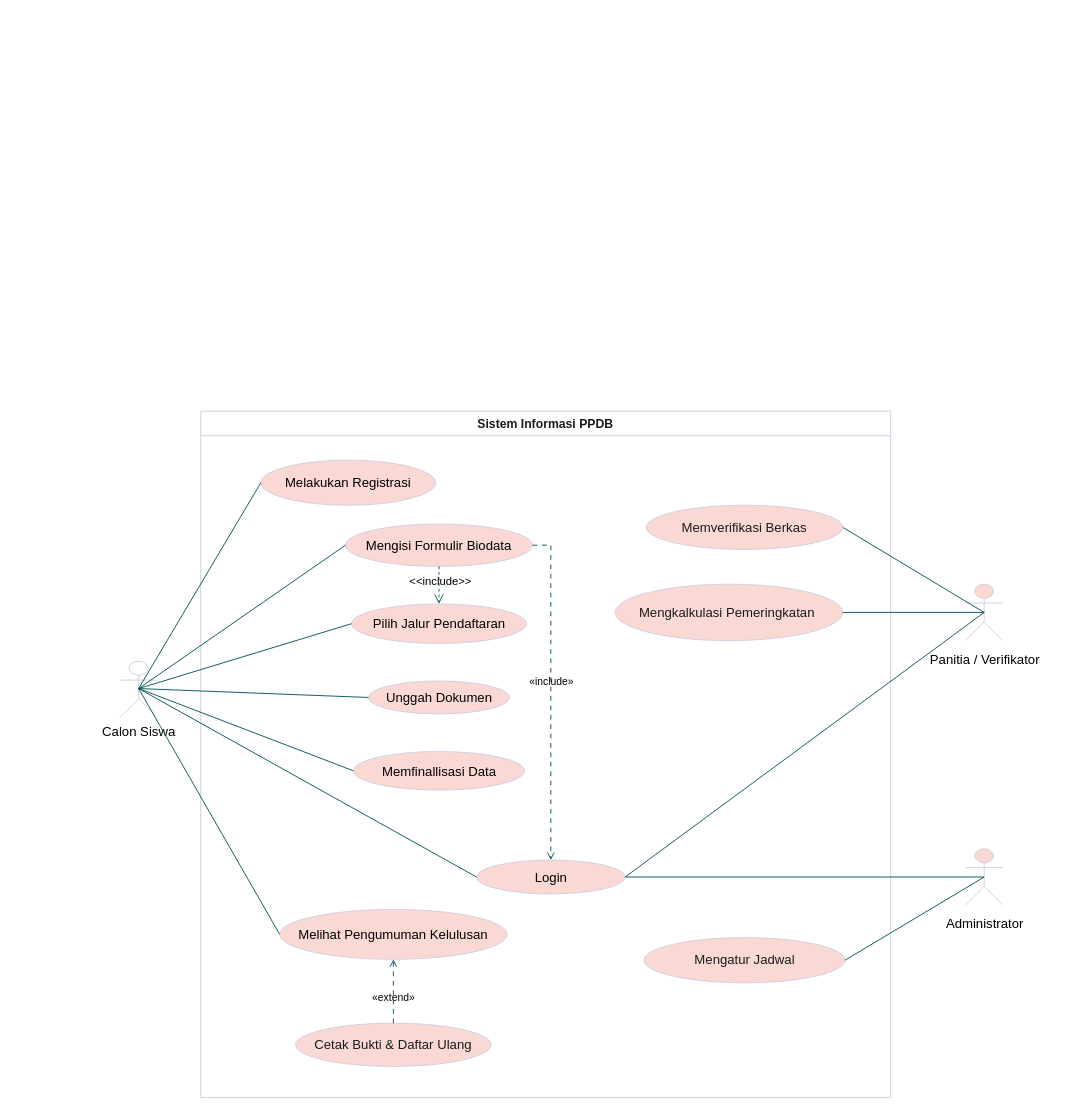
Before: Use Case PPDB.drawio in Natarchh/Sistem-Informasi-Pendaftaran-Sekolah, a draw.io diagram. Source tidied: cells renumbered, new cells numbered last; positions are measured from the earlier drawing's top-left corner, leaving out a move shared by most shapes. Both pictures are drawn from the tidied source at 94%, with x=0, y=0 at pixel (16, 16).
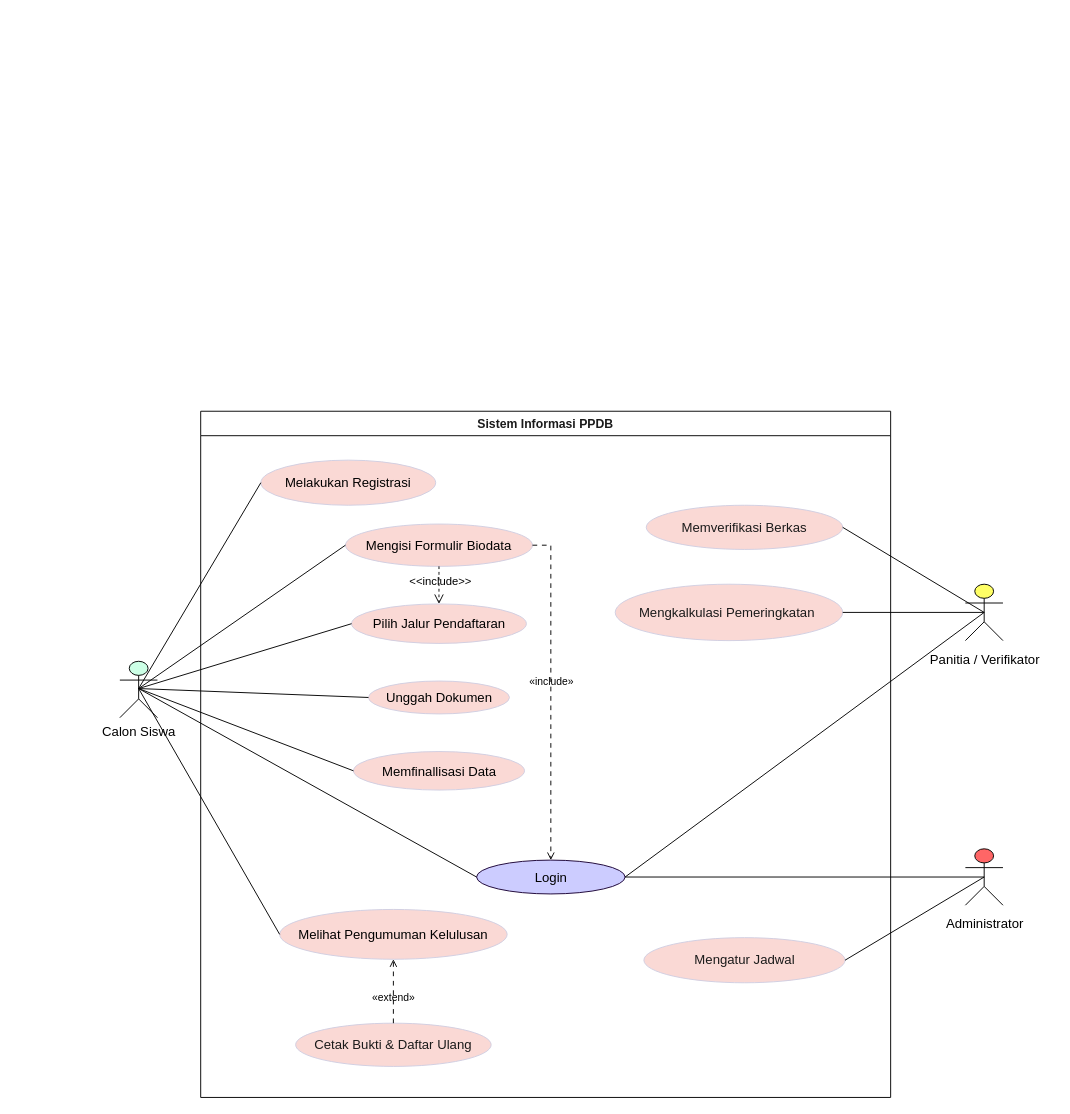
The same page after the edit.

Unchanged cells that the change refers to:
```xml
<mxCell id="2" style="group;transparentBounds=1;editIcon=1;lockedGroup=0;groupPadding=10 10 40 10;rounded=0;labelBackgroundColor=none;fontColor=#1A1A1A;" parent="1" vertex="1">
  <mxGeometry as="geometry" />
</mxCell>
<mxCell id="4" value="&lt;span style=&quot;color: light-dark(rgb(0, 0, 0), rgb(0, 0, 0));&quot;&gt;Melakukan Registrasi&lt;/span&gt;" style="ellipse;html=1;fillColor=#FAD9D5;strokeColor=#D0CEE2;whiteSpace=wrap;fontColor=#1A1A1A;fontSize=14;rounded=0;labelBackgroundColor=none;" parent="3" vertex="1">
  <mxGeometry x="64" y="52" width="186" height="48" as="geometry" />
</mxCell>
<mxCell id="5" value="&lt;span style=&quot;color: light-dark(rgb(0, 0, 0), rgb(0, 0, 0));&quot;&gt;Mengisi Formulir Biodata&lt;/span&gt;" style="ellipse;html=1;fillColor=#FAD9D5;strokeColor=#D0CEE2;whiteSpace=wrap;fontColor=#1A1A1A;fontSize=14;rounded=0;labelBackgroundColor=none;" parent="3" vertex="1">
  <mxGeometry x="154" y="120" width="199" height="45" as="geometry" />
</mxCell>
<mxCell id="6" value="&lt;span style=&quot;color: light-dark(rgb(0, 0, 0), rgb(0, 0, 0));&quot;&gt;Pilih Jalur Pendaftaran&lt;/span&gt;" style="ellipse;html=1;fillColor=#FAD9D5;strokeColor=#D0CEE2;whiteSpace=wrap;fontColor=#1A1A1A;fontSize=14;rounded=0;labelBackgroundColor=none;" parent="3" vertex="1">
  <mxGeometry x="160.5" y="205" width="186" height="42" as="geometry" />
</mxCell>
<mxCell id="7" value="&lt;span style=&quot;color: light-dark(rgb(0, 0, 0), rgb(0, 0, 0));&quot;&gt;Unggah Dokumen&lt;/span&gt;" style="ellipse;html=1;fillColor=#FAD9D5;strokeColor=#D0CEE2;whiteSpace=wrap;fontColor=#1A1A1A;fontSize=14;rounded=0;labelBackgroundColor=none;" parent="3" vertex="1">
  <mxGeometry x="178.5" y="287" width="150" height="35" as="geometry" />
</mxCell>
<mxCell id="8" value="&lt;span style=&quot;color: light-dark(rgb(0, 0, 0), rgb(0, 0, 0));&quot;&gt;Memfinallisasi Data&lt;/span&gt;" style="ellipse;html=1;fillColor=#FAD9D5;strokeColor=#D0CEE2;whiteSpace=wrap;fontColor=#1A1A1A;fontSize=14;rounded=0;labelBackgroundColor=none;" parent="3" vertex="1">
  <mxGeometry x="162.5" y="362" width="182" height="41" as="geometry" />
</mxCell>
<mxCell id="9" value="&lt;span style=&quot;color: light-dark(rgb(0, 0, 0), rgb(0, 0, 0));&quot;&gt;Melihat Pengumuman Kelulusan&lt;/span&gt;" style="ellipse;html=1;fillColor=#FAD9D5;strokeColor=#D0CEE2;whiteSpace=wrap;fontColor=#1A1A1A;fontSize=14;rounded=0;labelBackgroundColor=none;" parent="3" vertex="1">
  <mxGeometry x="84" y="530" width="242" height="53" as="geometry" />
</mxCell>
<mxCell id="11" value="Memverifikasi Berkas" style="ellipse;html=1;fillColor=#FAD9D5;strokeColor=#D0CEE2;whiteSpace=wrap;fontColor=#1A1A1A;fontSize=14;rounded=0;labelBackgroundColor=none;" parent="3" vertex="1">
  <mxGeometry x="474" y="100" width="209" height="47" as="geometry" />
</mxCell>
<mxCell id="12" value="Mengkalkulasi Pemeringkatan&amp;nbsp;" style="ellipse;html=1;fillColor=#FAD9D5;strokeColor=#D0CEE2;whiteSpace=wrap;fontColor=#1A1A1A;fontSize=14;rounded=0;labelBackgroundColor=none;" parent="3" vertex="1">
  <mxGeometry x="441" y="184" width="242" height="60" as="geometry" />
</mxCell>
<mxCell id="13" value="Mengatur Jadwal" style="ellipse;html=1;fillColor=#FAD9D5;strokeColor=#D0CEE2;whiteSpace=wrap;fontColor=#1A1A1A;fontSize=14;rounded=0;labelBackgroundColor=none;" parent="3" vertex="1">
  <mxGeometry x="471.5" y="560" width="214" height="48" as="geometry" />
</mxCell>
<mxCell id="14" value="Cetak Bukti &amp;amp; Daftar Ulang" style="ellipse;html=1;fillColor=#FAD9D5;strokeColor=#D0CEE2;whiteSpace=wrap;fontColor=#1A1A1A;fontSize=14;rounded=0;labelBackgroundColor=none;" parent="3" vertex="1">
  <mxGeometry x="101" y="651" width="208" height="46" as="geometry" />
</mxCell>
```

Diff of the diagram source:
```diff
@@
-    <mxCell id="3" value="Sistem Informasi PPDB" style="swimlane;startSize=26;fillColor=none;strokeColor=#D0CEE2;fontColor=#1A1A1A;fontSize=13;fontStyle=1;whiteSpace=wrap;rounded=0;labelBackgroundColor=none;" parent="2" vertex="1">
+    <mxCell id="3" value="Sistem Informasi PPDB" style="swimlane;startSize=26;fillColor=none;strokeColor=#000000;fontColor=#1A1A1A;fontSize=13;fontStyle=1;whiteSpace=wrap;rounded=0;labelBackgroundColor=none;" parent="2" vertex="1">
       <mxGeometry x="196" y="420" width="734" height="730" as="geometry" />
     </mxCell>
@@
-    <mxCell id="10" value="&lt;span style=&quot;color: light-dark(rgb(0, 0, 0), rgb(0, 0, 0));&quot;&gt;Login&lt;/span&gt;" style="ellipse;html=1;fillColor=light-dark(#FAD9D5,#99FFFF);strokeColor=light-dark(#D0CEE2,#006666);whiteSpace=wrap;fontColor=#1A1A1A;fontSize=14;rounded=0;labelBackgroundColor=none;" parent="3" vertex="1">
+    <mxCell id="10" value="&lt;span style=&quot;color: light-dark(rgb(0, 0, 0), rgb(0, 0, 0));&quot;&gt;Login&lt;/span&gt;" style="ellipse;html=1;fillColor=light-dark(#CCCCFF,#99FFFF);strokeColor=light-dark(#190033,#006666);whiteSpace=wrap;fontColor=#1A1A1A;fontSize=14;rounded=0;labelBackgroundColor=none;" parent="3" vertex="1">
       <mxGeometry x="293.5" y="477.5" width="158" height="36" as="geometry" />
     </mxCell>
@@
-    <mxCell id="15" value="&lt;span style=&quot;color: light-dark(rgb(0, 0, 0), rgb(0, 0, 0));&quot;&gt;«include»&lt;/span&gt;" style="endArrow=open;dashed=1;dashPattern=5 5;strokeColor=#09555B;fontColor=default;fontSize=11;edgeStyle=none;rounded=0;html=1;curved=0;endSize=6;sourcePerimeterSpacing=0;targetPerimeterSpacing=0;exitX=1;exitY=0.5;exitDx=0;exitDy=0;labelBackgroundColor=none;" parent="3" edge="1" source="5" target="10">
+    <mxCell id="15" value="&lt;span style=&quot;color: light-dark(rgb(0, 0, 0), rgb(0, 0, 0));&quot;&gt;«include»&lt;/span&gt;" style="endArrow=open;dashed=1;dashPattern=5 5;strokeColor=#000000;fontColor=default;fontSize=11;edgeStyle=none;rounded=0;html=1;curved=0;endSize=6;sourcePerimeterSpacing=0;targetPerimeterSpacing=0;exitX=1;exitY=0.5;exitDx=0;exitDy=0;labelBackgroundColor=none;" parent="3" edge="1" source="5" target="10">
       <mxGeometry x="-0.07" relative="1" as="geometry">
         <Array as="points">
           <mxPoint x="372.5" y="142.5" />
         </Array>
       </mxGeometry>
     </mxCell>
-    <mxCell id="16" value="&lt;span style=&quot;color: light-dark(rgb(0, 0, 0), rgb(0, 0, 0));&quot;&gt;«extend»&lt;/span&gt;" style="endArrow=open;dashed=1;dashPattern=5 5;strokeColor=#09555B;fontColor=default;fontSize=11;edgeStyle=none;rounded=0;html=1;curved=0;endSize=6;sourcePerimeterSpacing=0;targetPerimeterSpacing=0;entryX=0.5;entryY=1;entryDx=0;entryDy=0;labelBackgroundColor=none;" parent="3" edge="1" source="14" target="9">
+    <mxCell id="16" value="&lt;span style=&quot;color: light-dark(rgb(0, 0, 0), rgb(0, 0, 0));&quot;&gt;«extend»&lt;/span&gt;" style="endArrow=open;dashed=1;dashPattern=5 5;strokeColor=#000000;fontColor=default;fontSize=11;edgeStyle=none;rounded=0;html=1;curved=0;endSize=6;sourcePerimeterSpacing=0;targetPerimeterSpacing=0;entryX=0.5;entryY=1;entryDx=0;entryDy=0;labelBackgroundColor=none;" parent="3" edge="1" source="14" target="9">
       <mxGeometry x="-0.2" relative="1" as="geometry" />
     </mxCell>
-    <mxCell id="17" value="&lt;span style=&quot;color: light-dark(rgb(0, 0, 0), rgb(0, 0, 0));&quot;&gt;&amp;lt;&amp;lt;include&amp;gt;&amp;gt;&lt;/span&gt;" style="html=1;verticalAlign=bottom;labelBackgroundColor=none;endArrow=open;endFill=0;dashed=1;rounded=0;fontSize=12;startSize=8;endSize=8;curved=1;strokeColor=#09555B;fontColor=default;" parent="3" edge="1" source="5" target="6">
+    <mxCell id="17" value="&lt;span style=&quot;color: light-dark(rgb(0, 0, 0), rgb(0, 0, 0));&quot;&gt;&amp;lt;&amp;lt;include&amp;gt;&amp;gt;&lt;/span&gt;" style="html=1;verticalAlign=bottom;labelBackgroundColor=none;endArrow=open;endFill=0;dashed=1;rounded=0;fontSize=12;startSize=8;endSize=8;curved=1;strokeColor=#000000;fontColor=default;" parent="3" edge="1" source="5" target="6">
       <mxGeometry x="0.25" y="1" relative="1" as="geometry" />
     </mxCell>
-    <mxCell id="18" style="shape=umlActor;html=1;fillColor=none;strokeColor=#D0CEE2;fontColor=#1A1A1A;fontSize=14;rounded=0;labelBackgroundColor=none;" parent="2" vertex="1">
+    <mxCell id="18" style="shape=umlActor;html=1;fillColor=#CCFFE6;strokeColor=#000000;fontColor=#1A1A1A;fontSize=14;rounded=0;labelBackgroundColor=none;" parent="2" vertex="1">
       <mxGeometry x="110" y="686" width="40" height="60" as="geometry" />
     </mxCell>
@@
-    <mxCell id="20" style="shape=umlActor;html=1;fillColor=#FAD9D5;strokeColor=#D0CEE2;fontColor=#1A1A1A;fontSize=14;rounded=0;labelBackgroundColor=none;" parent="2" vertex="1">
+    <mxCell id="20" style="shape=umlActor;html=1;fillColor=#FFFF66;strokeColor=#000000;fontColor=#1A1A1A;fontSize=14;rounded=0;labelBackgroundColor=none;" parent="2" vertex="1">
       <mxGeometry x="1009.5" y="604" width="40" height="60" as="geometry" />
     </mxCell>
@@
-    <mxCell id="22" style="shape=umlActor;html=1;fillColor=#FAD9D5;strokeColor=#D0CEE2;fontColor=#1A1A1A;fontSize=14;rounded=0;labelBackgroundColor=none;" parent="2" vertex="1">
+    <mxCell id="22" style="shape=umlActor;html=1;fillColor=#FF6666;strokeColor=#000000;fontColor=#1A1A1A;fontSize=14;rounded=0;labelBackgroundColor=none;" parent="2" vertex="1">
       <mxGeometry x="1009.5" y="885.5" width="40" height="60" as="geometry" />
     </mxCell>
-    <mxCell id="23" style="endArrow=none;strokeColor=#09555B;fontColor=default;fontSize=11;edgeStyle=none;rounded=0;html=1;curved=0;endSize=6;sourcePerimeterSpacing=0;targetPerimeterSpacing=0;exitX=0.5;exitY=0.5;exitDx=0;exitDy=0;exitPerimeter=0;entryX=0;entryY=0.5;entryDx=0;entryDy=0;labelBackgroundColor=none;" parent="2" edge="1" target="4">
+    <mxCell id="23" style="endArrow=none;strokeColor=#000000;fontColor=default;fontSize=11;edgeStyle=none;rounded=0;html=1;curved=0;endSize=6;sourcePerimeterSpacing=0;targetPerimeterSpacing=0;exitX=0.5;exitY=0.5;exitDx=0;exitDy=0;exitPerimeter=0;entryX=0;entryY=0.5;entryDx=0;entryDy=0;labelBackgroundColor=none;" parent="2" edge="1" target="4">
       <mxGeometry relative="1" as="geometry">
         <mxPoint x="130" y="715" as="sourcePoint" />
       </mxGeometry>
     </mxCell>
-    <mxCell id="24" style="endArrow=none;strokeColor=#09555B;fontColor=default;fontSize=11;edgeStyle=none;rounded=0;html=1;exitX=0.5;exitY=0.5;exitPerimeter=0;curved=0;endSize=6;sourcePerimeterSpacing=0;targetPerimeterSpacing=0;exitDx=0;exitDy=0;entryX=0;entryY=0.5;entryDx=0;entryDy=0;labelBackgroundColor=none;" parent="2" edge="1" target="10">
+    <mxCell id="24" style="endArrow=none;strokeColor=#000000;fontColor=default;fontSize=11;edgeStyle=none;rounded=0;html=1;exitX=0.5;exitY=0.5;exitPerimeter=0;curved=0;endSize=6;sourcePerimeterSpacing=0;targetPerimeterSpacing=0;exitDx=0;exitDy=0;entryX=0;entryY=0.5;entryDx=0;entryDy=0;labelBackgroundColor=none;" parent="2" edge="1" target="10">
       <mxGeometry relative="1" as="geometry">
         <mxPoint x="130" y="715" as="sourcePoint" />
       </mxGeometry>
     </mxCell>
-    <mxCell id="25" style="endArrow=none;strokeColor=#09555B;fontColor=default;fontSize=11;edgeStyle=none;rounded=0;html=1;curved=0;endSize=6;sourcePerimeterSpacing=0;targetPerimeterSpacing=0;exitX=0.5;exitY=0.5;exitDx=0;exitDy=0;exitPerimeter=0;entryX=0;entryY=0.5;entryDx=0;entryDy=0;labelBackgroundColor=none;" parent="2" edge="1" target="5">
+    <mxCell id="25" style="endArrow=none;strokeColor=#000000;fontColor=default;fontSize=11;edgeStyle=none;rounded=0;html=1;curved=0;endSize=6;sourcePerimeterSpacing=0;targetPerimeterSpacing=0;exitX=0.5;exitY=0.5;exitDx=0;exitDy=0;exitPerimeter=0;entryX=0;entryY=0.5;entryDx=0;entryDy=0;labelBackgroundColor=none;" parent="2" edge="1" target="5">
       <mxGeometry relative="1" as="geometry">
         <mxPoint x="130" y="715" as="sourcePoint" />
       </mxGeometry>
     </mxCell>
-    <mxCell id="26" style="endArrow=none;strokeColor=#09555B;fontColor=default;fontSize=11;edgeStyle=none;rounded=0;html=1;curved=0;endSize=6;sourcePerimeterSpacing=0;targetPerimeterSpacing=0;exitX=0.5;exitY=0.5;exitDx=0;exitDy=0;exitPerimeter=0;entryX=0;entryY=0.5;entryDx=0;entryDy=0;labelBackgroundColor=none;" parent="2" edge="1" target="6">
+    <mxCell id="26" style="endArrow=none;strokeColor=#000000;fontColor=default;fontSize=11;edgeStyle=none;rounded=0;html=1;curved=0;endSize=6;sourcePerimeterSpacing=0;targetPerimeterSpacing=0;exitX=0.5;exitY=0.5;exitDx=0;exitDy=0;exitPerimeter=0;entryX=0;entryY=0.5;entryDx=0;entryDy=0;labelBackgroundColor=none;" parent="2" edge="1" target="6">
       <mxGeometry relative="1" as="geometry">
         <mxPoint x="130" y="715" as="sourcePoint" />
       </mxGeometry>
     </mxCell>
-    <mxCell id="27" style="endArrow=none;strokeColor=#09555B;fontColor=default;fontSize=11;edgeStyle=none;rounded=0;html=1;curved=0;endSize=6;sourcePerimeterSpacing=0;targetPerimeterSpacing=0;exitX=0.5;exitY=0.5;exitDx=0;exitDy=0;exitPerimeter=0;entryX=0;entryY=0.5;entryDx=0;entryDy=0;labelBackgroundColor=none;" parent="2" edge="1" target="7">
+    <mxCell id="27" style="endArrow=none;strokeColor=#000000;fontColor=default;fontSize=11;edgeStyle=none;rounded=0;html=1;curved=0;endSize=6;sourcePerimeterSpacing=0;targetPerimeterSpacing=0;exitX=0.5;exitY=0.5;exitDx=0;exitDy=0;exitPerimeter=0;entryX=0;entryY=0.5;entryDx=0;entryDy=0;labelBackgroundColor=none;" parent="2" edge="1" target="7">
       <mxGeometry relative="1" as="geometry">
         <mxPoint x="130" y="715" as="sourcePoint" />
       </mxGeometry>
     </mxCell>
-    <mxCell id="28" style="endArrow=none;strokeColor=#09555B;fontColor=default;fontSize=11;edgeStyle=none;rounded=0;html=1;curved=0;endSize=6;sourcePerimeterSpacing=0;targetPerimeterSpacing=0;exitX=0.5;exitY=0.5;exitDx=0;exitDy=0;exitPerimeter=0;entryX=0;entryY=0.5;entryDx=0;entryDy=0;labelBackgroundColor=none;" parent="2" edge="1" target="8">
+    <mxCell id="28" style="endArrow=none;strokeColor=#000000;fontColor=default;fontSize=11;edgeStyle=none;rounded=0;html=1;curved=0;endSize=6;sourcePerimeterSpacing=0;targetPerimeterSpacing=0;exitX=0.5;exitY=0.5;exitDx=0;exitDy=0;exitPerimeter=0;entryX=0;entryY=0.5;entryDx=0;entryDy=0;labelBackgroundColor=none;" parent="2" edge="1" target="8">
       <mxGeometry relative="1" as="geometry">
         <mxPoint x="130" y="715" as="sourcePoint" />
       </mxGeometry>
     </mxCell>
-    <mxCell id="29" style="endArrow=none;strokeColor=#09555B;fontColor=default;fontSize=11;edgeStyle=none;rounded=0;html=1;exitX=0.5;exitY=0.5;exitPerimeter=0;curved=0;endSize=6;sourcePerimeterSpacing=0;targetPerimeterSpacing=0;exitDx=0;exitDy=0;entryX=0;entryY=0.5;entryDx=0;entryDy=0;labelBackgroundColor=none;" parent="2" edge="1" target="9">
+    <mxCell id="29" style="endArrow=none;strokeColor=#000000;fontColor=default;fontSize=11;edgeStyle=none;rounded=0;html=1;exitX=0.5;exitY=0.5;exitPerimeter=0;curved=0;endSize=6;sourcePerimeterSpacing=0;targetPerimeterSpacing=0;exitDx=0;exitDy=0;entryX=0;entryY=0.5;entryDx=0;entryDy=0;labelBackgroundColor=none;" parent="2" edge="1" target="9">
       <mxGeometry relative="1" as="geometry">
         <mxPoint x="130" y="715" as="sourcePoint" />
       </mxGeometry>
     </mxCell>
-    <mxCell id="30" style="endArrow=none;strokeColor=#09555B;fontColor=default;fontSize=11;edgeStyle=none;rounded=0;html=1;curved=0;endSize=6;sourcePerimeterSpacing=0;targetPerimeterSpacing=0;exitX=0.5;exitY=0.5;exitDx=0;exitDy=0;exitPerimeter=0;entryX=1;entryY=0.5;entryDx=0;entryDy=0;labelBackgroundColor=none;" parent="2" edge="1" source="20" target="10">
+    <mxCell id="30" style="endArrow=none;strokeColor=#000000;fontColor=default;fontSize=11;edgeStyle=none;rounded=0;html=1;curved=0;endSize=6;sourcePerimeterSpacing=0;targetPerimeterSpacing=0;exitX=0.5;exitY=0.5;exitDx=0;exitDy=0;exitPerimeter=0;entryX=1;entryY=0.5;entryDx=0;entryDy=0;labelBackgroundColor=none;" parent="2" edge="1" source="20" target="10">
       <mxGeometry relative="1" as="geometry" />
     </mxCell>
-    <mxCell id="31" style="endArrow=none;strokeColor=#09555B;fontColor=default;fontSize=11;edgeStyle=none;rounded=0;html=1;curved=0;endSize=6;sourcePerimeterSpacing=0;targetPerimeterSpacing=0;exitX=0.5;exitY=0.5;exitDx=0;exitDy=0;exitPerimeter=0;entryX=1;entryY=0.5;entryDx=0;entryDy=0;labelBackgroundColor=none;" parent="2" edge="1" source="20" target="11">
+    <mxCell id="31" style="endArrow=none;strokeColor=#000000;fontColor=default;fontSize=11;edgeStyle=none;rounded=0;html=1;curved=0;endSize=6;sourcePerimeterSpacing=0;targetPerimeterSpacing=0;exitX=0.5;exitY=0.5;exitDx=0;exitDy=0;exitPerimeter=0;entryX=1;entryY=0.5;entryDx=0;entryDy=0;labelBackgroundColor=none;" parent="2" edge="1" source="20" target="11">
       <mxGeometry relative="1" as="geometry" />
     </mxCell>
-    <mxCell id="32" style="endArrow=none;strokeColor=#09555B;fontColor=default;fontSize=11;edgeStyle=none;rounded=0;html=1;exitX=0.5;exitY=0.5;exitPerimeter=0;curved=0;endSize=6;sourcePerimeterSpacing=0;targetPerimeterSpacing=0;exitDx=0;exitDy=0;entryX=1;entryY=0.5;entryDx=0;entryDy=0;labelBackgroundColor=none;" parent="2" edge="1" source="20" target="12">
+    <mxCell id="32" style="endArrow=none;strokeColor=#000000;fontColor=default;fontSize=11;edgeStyle=none;rounded=0;html=1;exitX=0.5;exitY=0.5;exitPerimeter=0;curved=0;endSize=6;sourcePerimeterSpacing=0;targetPerimeterSpacing=0;exitDx=0;exitDy=0;entryX=1;entryY=0.5;entryDx=0;entryDy=0;labelBackgroundColor=none;" parent="2" edge="1" source="20" target="12">
       <mxGeometry relative="1" as="geometry" />
     </mxCell>
-    <mxCell id="33" style="endArrow=none;strokeColor=#09555B;fontColor=default;fontSize=11;edgeStyle=none;rounded=0;html=1;curved=0;endSize=6;sourcePerimeterSpacing=0;targetPerimeterSpacing=0;exitX=0.5;exitY=0.5;exitDx=0;exitDy=0;exitPerimeter=0;labelBackgroundColor=none;" parent="2" edge="1" source="22" target="10">
+    <mxCell id="33" style="endArrow=none;strokeColor=#000000;fontColor=default;fontSize=11;edgeStyle=none;rounded=0;html=1;curved=0;endSize=6;sourcePerimeterSpacing=0;targetPerimeterSpacing=0;exitX=0.5;exitY=0.5;exitDx=0;exitDy=0;exitPerimeter=0;labelBackgroundColor=none;" parent="2" edge="1" source="22" target="10">
       <mxGeometry relative="1" as="geometry" />
     </mxCell>
-    <mxCell id="34" style="endArrow=none;strokeColor=#09555B;fontColor=default;fontSize=11;edgeStyle=none;rounded=0;html=1;exitX=0.5;exitY=0.5;exitPerimeter=0;curved=0;endSize=6;sourcePerimeterSpacing=0;targetPerimeterSpacing=0;exitDx=0;exitDy=0;entryX=1;entryY=0.5;entryDx=0;entryDy=0;labelBackgroundColor=none;" parent="2" edge="1" source="22" target="13">
+    <mxCell id="34" style="endArrow=none;strokeColor=#000000;fontColor=default;fontSize=11;edgeStyle=none;rounded=0;html=1;exitX=0.5;exitY=0.5;exitPerimeter=0;curved=0;endSize=6;sourcePerimeterSpacing=0;targetPerimeterSpacing=0;exitDx=0;exitDy=0;entryX=1;entryY=0.5;entryDx=0;entryDy=0;labelBackgroundColor=none;" parent="2" edge="1" source="22" target="13">
       <mxGeometry relative="1" as="geometry" />
     </mxCell>
```
